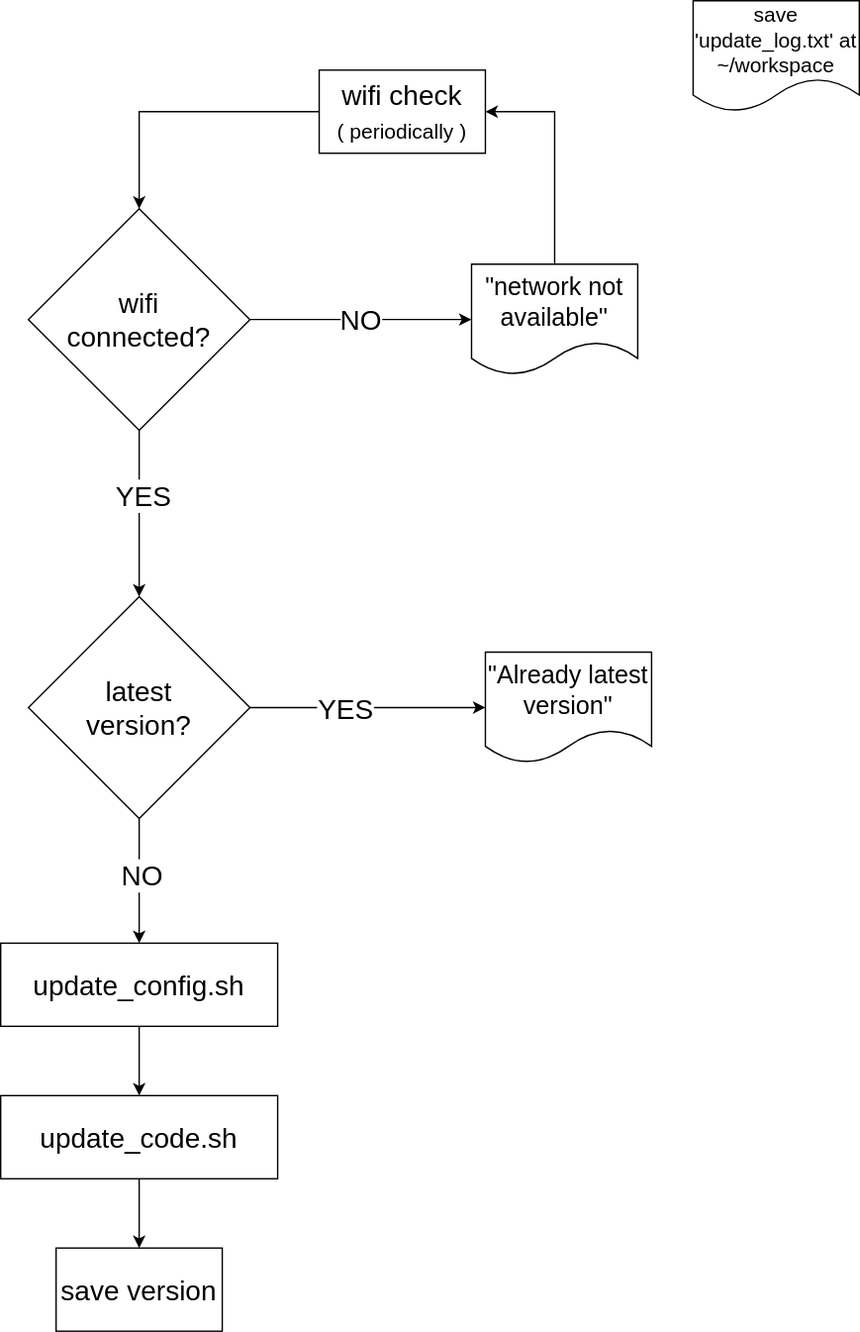
This is structure.svg from wsy8029/pi-updater, a draw.io export, as it was before one commit. Source tidied: cells renumbered, new cells last; positions are measured from the earlier drawing's top-left corner, leaving out a move shared by most shapes.
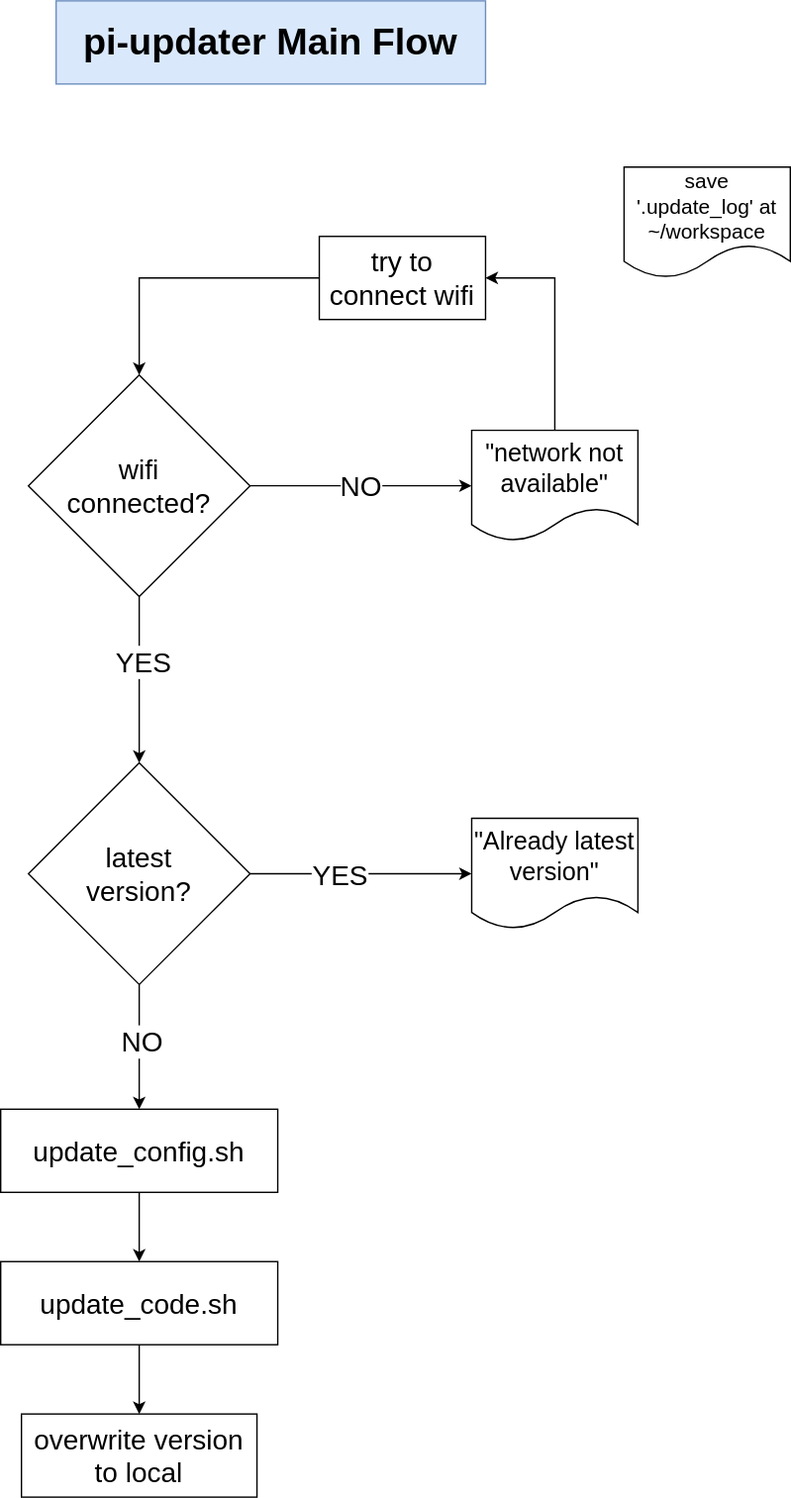
Above is the later version.

Diff of the diagram source:
```diff
@@ -29,8 +29,8 @@
     <mxCell id="10" value="latest&lt;br&gt;version?" style="rhombus;whiteSpace=wrap;html=1;fontSize=20;" parent="1" vertex="1">
       <mxGeometry x="20" y="430" width="160" height="160" as="geometry" />
     </mxCell>
-    <mxCell id="11" value="save version" style="rounded=0;whiteSpace=wrap;html=1;fontSize=20;" parent="1" vertex="1">
-      <mxGeometry x="40" y="900" width="120" height="60" as="geometry" />
+    <mxCell id="11" value="overwrite version to local" style="rounded=0;whiteSpace=wrap;html=1;fontSize=20;" parent="1" vertex="1">
+      <mxGeometry x="15" y="900" width="170" height="60" as="geometry" />
     </mxCell>
     <mxCell id="12" style="edgeStyle=orthogonalEdgeStyle;rounded=0;jettySize=auto;html=1;entryX=1;entryY=0.5;entryDx=0;entryDy=0;fontSize=20;" parent="1" edge="1" source="13" target="16">
       <mxGeometry relative="1" as="geometry" />
@@ -39,12 +39,12 @@
       <mxGeometry x="340" y="190" width="120" height="80" as="geometry" />
     </mxCell>
     <mxCell id="14" value="&quot;Already latest version&quot;" style="shape=document;whiteSpace=wrap;html=1;boundedLbl=1;fontSize=18;" parent="1" vertex="1">
-      <mxGeometry x="350" y="470" width="120" height="80" as="geometry" />
+      <mxGeometry x="340" y="470" width="120" height="80" as="geometry" />
     </mxCell>
     <mxCell id="15" style="edgeStyle=orthogonalEdgeStyle;rounded=0;jettySize=auto;html=1;fontSize=20;" parent="1" edge="1" source="16" target="5">
       <mxGeometry relative="1" as="geometry" />
     </mxCell>
-    <mxCell id="16" value="wifi check&lt;br style=&quot;font-size: 13px&quot;&gt;&lt;font style=&quot;font-size: 15px&quot;&gt;( periodically )&lt;/font&gt;" style="rounded=0;whiteSpace=wrap;html=1;fontSize=20;" parent="1" vertex="1">
+    <mxCell id="16" value="try to connect wifi" style="rounded=0;whiteSpace=wrap;html=1;fontSize=20;" parent="1" vertex="1">
       <mxGeometry x="230" y="50" width="120" height="60" as="geometry" />
     </mxCell>
     <mxCell id="17" style="edgeStyle=orthogonalEdgeStyle;rounded=0;jettySize=auto;html=1;entryX=0.5;entryY=0;entryDx=0;entryDy=0;fontSize=20;" parent="1" edge="1" source="18" target="21">
@@ -53,8 +53,8 @@
     <mxCell id="18" value="update_config.sh" style="rounded=0;whiteSpace=wrap;html=1;fontSize=20;" parent="1" vertex="1">
       <mxGeometry y="680" width="200" height="60" as="geometry" />
     </mxCell>
-    <mxCell id="19" value="save 'update_log.txt' at ~/workspace" style="shape=document;whiteSpace=wrap;html=1;boundedLbl=1;fontSize=15;" parent="1" vertex="1">
-      <mxGeometry x="500" width="120" height="80" as="geometry" />
+    <mxCell id="19" value="save '.update_log' at ~/workspace" style="shape=document;whiteSpace=wrap;html=1;boundedLbl=1;fontSize=15;" parent="1" vertex="1">
+      <mxGeometry x="450" width="120" height="80" as="geometry" />
     </mxCell>
     <mxCell id="20" style="edgeStyle=orthogonalEdgeStyle;rounded=0;jettySize=auto;html=1;entryX=0.5;entryY=0;entryDx=0;entryDy=0;fontSize=20;" parent="1" edge="1" source="21" target="11">
       <mxGeometry relative="1" as="geometry" />
@@ -62,5 +62,8 @@
     <mxCell id="21" value="update_code.sh" style="rounded=0;whiteSpace=wrap;html=1;fontSize=20;" parent="1" vertex="1">
       <mxGeometry y="790" width="200" height="60" as="geometry" />
     </mxCell>
+    <mxCell id="22" value="pi-updater Main Flow" style="rounded=0;whiteSpace=wrap;html=1;fillColor=#dae8fc;strokeColor=#6c8ebf;fontSize=27;fontStyle=1;" parent="1" vertex="1">
+      <mxGeometry x="40" y="-120" width="310" height="60" as="geometry" />
+    </mxCell>
   </root>
 </mxGraphModel>
```
